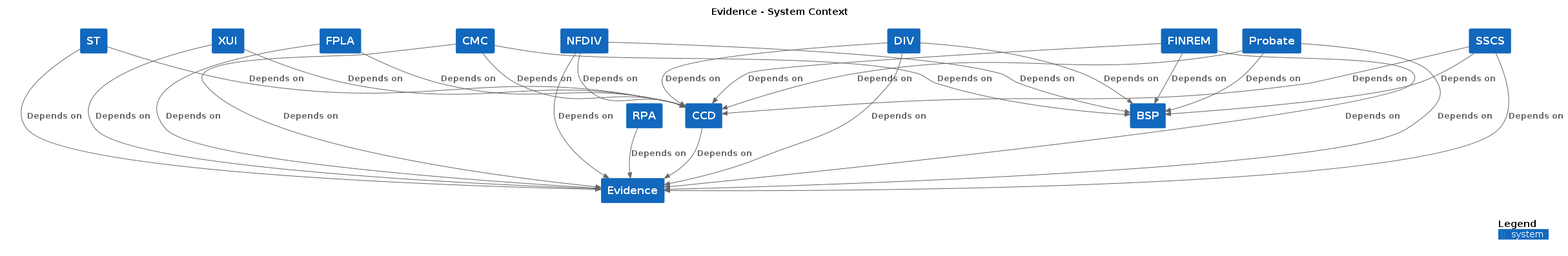
Before: docs/c4/evidence/images/structurizr-evidence-context.png, a diagram exported from PlantUML (hmcts/cnp-api-docs).
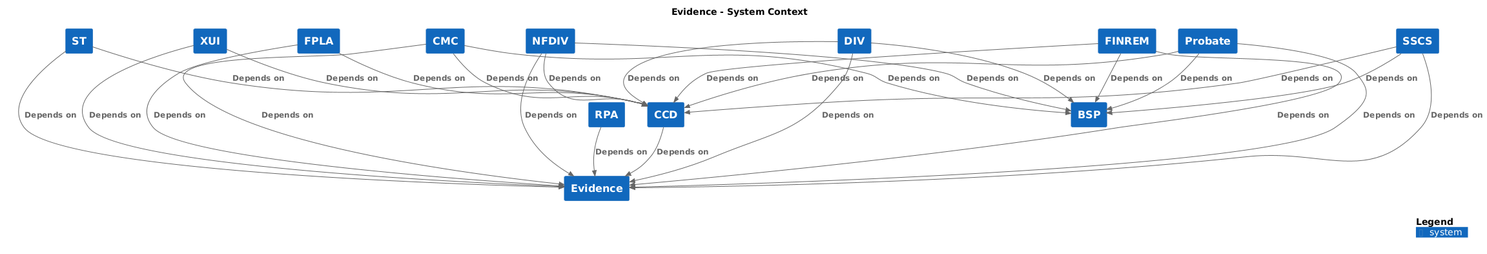
The same file after the commit.

Diff of the diagram source:
```diff
@@ -21,32 +21,32 @@
 System(Probate, "Probate", $descr="", $tags="", $link="")
 System(SSCS, "SSCS", $descr="", $tags="", $link="")
 
-Rel_D(CCD, Evidence, "Depends on", $techn="", $tags="", $link="")
-Rel_D(XUI, Evidence, "Depends on", $techn="", $tags="", $link="")
-Rel_D(XUI, CCD, "Depends on", $techn="", $tags="", $link="")
-Rel_D(RPA, Evidence, "Depends on", $techn="", $tags="", $link="")
-Rel_D(CMC, CCD, "Depends on", $techn="", $tags="", $link="")
-Rel_D(CMC, Evidence, "Depends on", $techn="", $tags="", $link="")
-Rel_D(CMC, BSP, "Depends on", $techn="", $tags="", $link="")
-Rel_D(DIV, Evidence, "Depends on", $techn="", $tags="", $link="")
-Rel_D(DIV, CCD, "Depends on", $techn="", $tags="", $link="")
-Rel_D(DIV, BSP, "Depends on", $techn="", $tags="", $link="")
-Rel_D(FINREM, CCD, "Depends on", $techn="", $tags="", $link="")
-Rel_D(FINREM, BSP, "Depends on", $techn="", $tags="", $link="")
-Rel_D(FINREM, Evidence, "Depends on", $techn="", $tags="", $link="")
-Rel_D(Probate, CCD, "Depends on", $techn="", $tags="", $link="")
-Rel_D(Probate, Evidence, "Depends on", $techn="", $tags="", $link="")
-Rel_D(Probate, BSP, "Depends on", $techn="", $tags="", $link="")
-Rel_D(SSCS, CCD, "Depends on", $techn="", $tags="", $link="")
-Rel_D(SSCS, Evidence, "Depends on", $techn="", $tags="", $link="")
-Rel_D(SSCS, BSP, "Depends on", $techn="", $tags="", $link="")
-Rel_D(FPLA, Evidence, "Depends on", $techn="", $tags="", $link="")
-Rel_D(FPLA, CCD, "Depends on", $techn="", $tags="", $link="")
-Rel_D(NFDIV, CCD, "Depends on", $techn="", $tags="", $link="")
-Rel_D(NFDIV, Evidence, "Depends on", $techn="", $tags="", $link="")
-Rel_D(NFDIV, BSP, "Depends on", $techn="", $tags="", $link="")
-Rel_D(ST, CCD, "Depends on", $techn="", $tags="", $link="")
-Rel_D(ST, Evidence, "Depends on", $techn="", $tags="", $link="")
+Rel(CCD, Evidence, "Depends on", $techn="", $tags="", $link="")
+Rel(XUI, Evidence, "Depends on", $techn="", $tags="", $link="")
+Rel(XUI, CCD, "Depends on", $techn="", $tags="", $link="")
+Rel(RPA, Evidence, "Depends on", $techn="", $tags="", $link="")
+Rel(CMC, CCD, "Depends on", $techn="", $tags="", $link="")
+Rel(CMC, Evidence, "Depends on", $techn="", $tags="", $link="")
+Rel(CMC, BSP, "Depends on", $techn="", $tags="", $link="")
+Rel(DIV, Evidence, "Depends on", $techn="", $tags="", $link="")
+Rel(DIV, CCD, "Depends on", $techn="", $tags="", $link="")
+Rel(DIV, BSP, "Depends on", $techn="", $tags="", $link="")
+Rel(FINREM, CCD, "Depends on", $techn="", $tags="", $link="")
+Rel(FINREM, BSP, "Depends on", $techn="", $tags="", $link="")
+Rel(FINREM, Evidence, "Depends on", $techn="", $tags="", $link="")
+Rel(Probate, CCD, "Depends on", $techn="", $tags="", $link="")
+Rel(Probate, Evidence, "Depends on", $techn="", $tags="", $link="")
+Rel(Probate, BSP, "Depends on", $techn="", $tags="", $link="")
+Rel(SSCS, CCD, "Depends on", $techn="", $tags="", $link="")
+Rel(SSCS, Evidence, "Depends on", $techn="", $tags="", $link="")
+Rel(SSCS, BSP, "Depends on", $techn="", $tags="", $link="")
+Rel(FPLA, Evidence, "Depends on", $techn="", $tags="", $link="")
+Rel(FPLA, CCD, "Depends on", $techn="", $tags="", $link="")
+Rel(NFDIV, CCD, "Depends on", $techn="", $tags="", $link="")
+Rel(NFDIV, Evidence, "Depends on", $techn="", $tags="", $link="")
+Rel(NFDIV, BSP, "Depends on", $techn="", $tags="", $link="")
+Rel(ST, CCD, "Depends on", $techn="", $tags="", $link="")
+Rel(ST, Evidence, "Depends on", $techn="", $tags="", $link="")
 
 SHOW_DYNAMIC_LEGEND()
 @enduml
```
